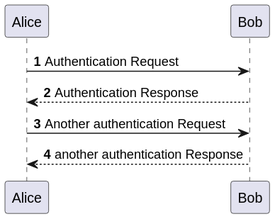
Above: docs/SprintC/2-state-change-notification/sequence-diagram.svg in MiguelCardoso77/LAPR4 (PlantUML), before the change. Source of this version:
```plantuml
@startuml

autonumber

Alice -> Bob: Authentication Request
Bob --> Alice: Authentication Response

Alice -> Bob: Another authentication Request
Alice <-- Bob: another authentication Response
@enduml
```
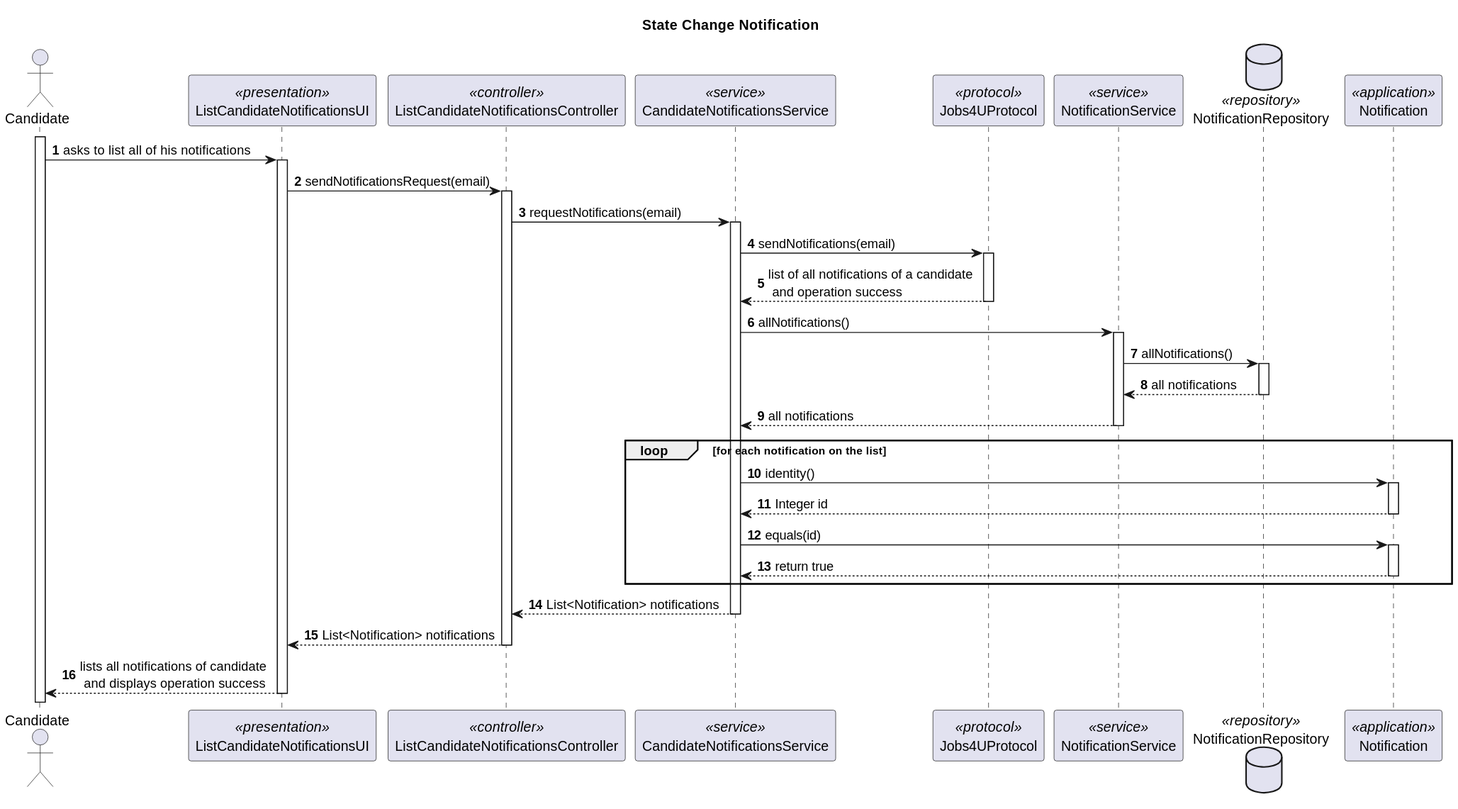
Above is the later version.

Change to the diagram source:
```diff
@@ -1,10 +1,90 @@
 @startuml
-
 autonumber
 
-Alice -> Bob: Authentication Request
-Bob --> Alice: Authentication Response
+Title : State Change Notification
 
-Alice -> Bob: Another authentication Request
-Alice <-- Bob: another authentication Response
+actor Candidate
+
+participant ListCandidateNotificationsUI <<presentation>>
+participant ListCandidateNotificationsController <<controller>>
+
+participant CandidateNotificationsService <<service>>
+
+participant Jobs4UProtocol <<protocol>>
+
+participant NotificationService <<service>>
+
+database NotificationRepository <<repository>>
+
+participant Notification <<application>>
+
+activate Candidate
+
+Candidate -> ListCandidateNotificationsUI : asks to list all of his notifications
+
+activate ListCandidateNotificationsUI
+
+ListCandidateNotificationsUI -> ListCandidateNotificationsController : sendNotificationsRequest(email)
+
+activate ListCandidateNotificationsController
+
+ListCandidateNotificationsController -> CandidateNotificationsService : requestNotifications(email)
+
+activate CandidateNotificationsService
+
+CandidateNotificationsService -> Jobs4UProtocol : sendNotifications(email)
+
+activate Jobs4UProtocol
+
+Jobs4UProtocol --> CandidateNotificationsService : list of all notifications of a candidate \n and operation success
+
+deactivate Jobs4UProtocol
+
+CandidateNotificationsService -> NotificationService : allNotifications()
+
+activate NotificationService
+
+NotificationService -> NotificationRepository : allNotifications()
+
+activate NotificationRepository
+
+NotificationRepository --> NotificationService : all notifications
+
+deactivate NotificationRepository
+
+NotificationService --> CandidateNotificationsService : all notifications
+
+deactivate NotificationService
+
+loop for each notification on the list
+
+CandidateNotificationsService -> Notification : identity()
+
+activate Notification
+
+Notification --> CandidateNotificationsService : Integer id
+
+deactivate Notification
+
+CandidateNotificationsService -> Notification : equals(id)
+
+activate Notification
+
+Notification --> CandidateNotificationsService : return true
+
+deactivate Notification
+
+end loop
+
+CandidateNotificationsService --> ListCandidateNotificationsController : List<Notification> notifications
+
+deactivate CandidateNotificationsService
+
+ListCandidateNotificationsController --> ListCandidateNotificationsUI : List<Notification> notifications
+
+deactivate ListCandidateNotificationsController
+
+ListCandidateNotificationsUI --> Candidate :lists all notifications of candidate \n and displays operation success
+
+deactivate ListCandidateNotificationsUI
 @enduml
```
